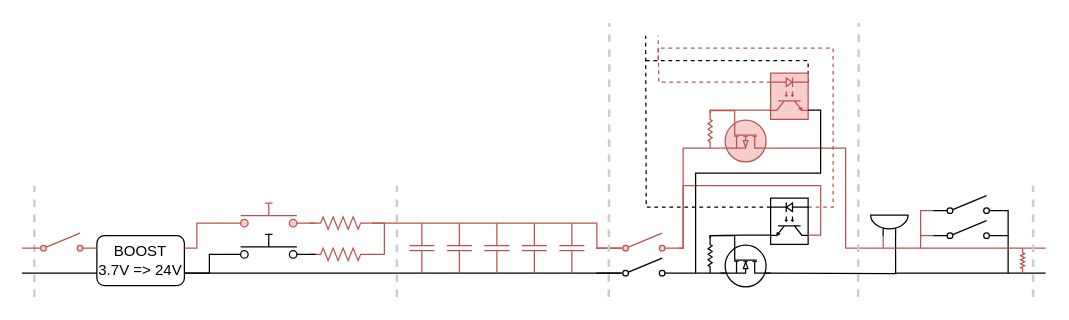
Earlier version of the draw.io diagram ARCHI/SP02_Alumage_sinopsis.drawio (povdoigt/SP-02). Source tidied: cells renumbered, new cells numbered last; positions are measured from the earlier drawing's top-left corner, leaving out a move shared by most shapes. Both pictures are drawn from the tidied source at 125%, with x=0, y=0 at pixel (21, 22).
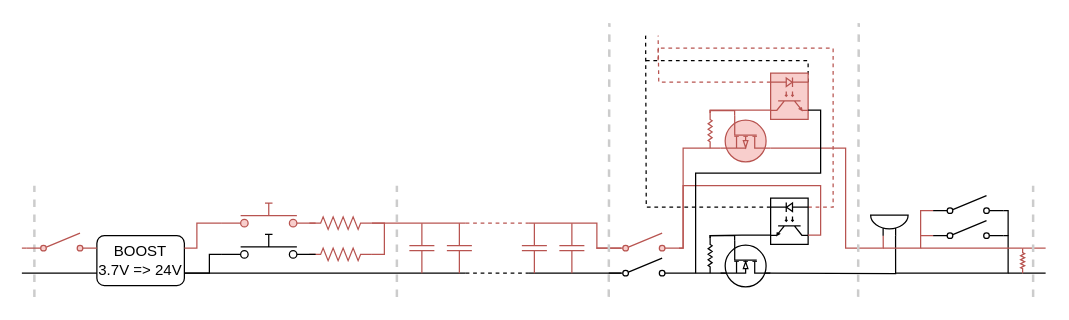
After the change.

Unchanged cells that the change refers to:
```xml
<mxCell id="2" value="BOOST&lt;br&gt;3.7V =&amp;gt; 24V" style="rounded=1;whiteSpace=wrap;html=1;" parent="1" vertex="1">
  <mxGeometry x="60" y="170" width="70" height="40" as="geometry" />
</mxCell>
<mxCell id="6" style="verticalLabelPosition=bottom;shadow=0;dashed=0;align=center;html=1;verticalAlign=top;shape=mxgraph.electrical.resistors.resistor_2;fillColor=#f8cecc;strokeColor=#b85450;" parent="1" vertex="1">
  <mxGeometry x="230" y="155" width="50" height="10" as="geometry" />
</mxCell>
```

What changed in the source:
```diff
@@
-    <mxCell id="11" style="edgeStyle=orthogonalEdgeStyle;rounded=0;jettySize=auto;html=1;exitX=0;exitY=0.25;exitDx=0;exitDy=0;endArrow=none;endFill=0;fillColor=#f8cecc;strokeColor=#b85450;entryX=1;entryY=0.5;entryDx=0;entryDy=0;entryPerimeter=0;" parent="1" edge="1" target="6">
+    <mxCell id="11" style="edgeStyle=orthogonalEdgeStyle;rounded=0;orthogonalLoop=1;jettySize=auto;html=1;exitX=0;exitY=0.25;exitDx=0;exitDy=0;endArrow=none;endFill=0;fillColor=#f8cecc;strokeColor=#b85450;" parent="1" edge="1">
       <mxGeometry relative="1" as="geometry">
         <mxPoint x="470.5" y="180" as="sourcePoint" />
+        <mxPoint x="405" y="160" as="targetPoint" />
         <Array as="points">
           <mxPoint x="460" y="180" />
           <mxPoint x="460" y="160" />
         </Array>
       </mxGeometry>
     </mxCell>
     <mxCell id="12" style="edgeStyle=orthogonalEdgeStyle;rounded=0;jettySize=auto;html=1;endArrow=none;endFill=0;entryX=1;entryY=0.75;entryDx=0;entryDy=0;" parent="1" edge="1" target="2">
       <mxGeometry relative="1" as="geometry">
-        <mxPoint x="470.5" y="200" as="sourcePoint" />
+        <mxPoint x="355" y="200" as="sourcePoint" />
         <Array as="points">
-          <mxPoint x="380" y="200" />
-          <mxPoint x="380" y="200" />
+          <mxPoint x="345" y="200" />
+          <mxPoint x="345" y="200" />
         </Array>
       </mxGeometry>
     </mxCell>
@@
-    <mxCell id="14" style="edgeStyle=orthogonalEdgeStyle;rounded=0;orthogonalLoop=1;jettySize=auto;html=1;endArrow=none;endFill=0;fillColor=#f8cecc;strokeColor=#000000;exitX=1;exitY=0.75;exitDx=0;exitDy=0;" parent="1" edge="1">
+    <mxCell id="14" style="edgeStyle=orthogonalEdgeStyle;rounded=0;orthogonalLoop=1;jettySize=auto;html=1;endArrow=none;endFill=0;fillColor=#f8cecc;strokeColor=#000000;" parent="1" edge="1">
       <mxGeometry relative="1" as="geometry">
-        <mxPoint x="459.5" y="200" as="sourcePoint" />
+        <mxPoint x="405" y="200" as="sourcePoint" />
         <mxPoint x="479.5" y="200" as="targetPoint" />
       </mxGeometry>
     </mxCell>
@@
-    <mxCell id="25" style="verticalLabelPosition=bottom;shadow=0;dashed=0;align=center;html=1;verticalAlign=top;shape=mxgraph.electrical.capacitors.capacitor_1;direction=south;fillColor=#f8cecc;strokeColor=#b85450;" parent="1" vertex="1">
-      <mxGeometry x="370" y="160" width="20" height="40" as="geometry" />
-    </mxCell>
-    <mxCell id="26" style="verticalLabelPosition=bottom;shadow=0;dashed=0;align=center;html=1;verticalAlign=top;shape=mxgraph.electrical.capacitors.capacitor_1;direction=south;fillColor=#f8cecc;strokeColor=#b85450;" parent="1" vertex="1">
+    <mxCell id="26" style="verticalLabelPosition=bottom;shadow=0;align=center;html=1;verticalAlign=top;shape=mxgraph.electrical.capacitors.capacitor_1;direction=south;fillColor=#f8cecc;strokeColor=#b85450;" parent="1" vertex="1">
       <mxGeometry x="400" y="160" width="20" height="40" as="geometry" />
     </mxCell>
@@
+    <mxCell id="61" style="edgeStyle=orthogonalEdgeStyle;rounded=0;jettySize=auto;html=1;exitX=1;exitY=0.5;exitDx=0;exitDy=0;exitPerimeter=0;fillColor=#f8cecc;strokeColor=#b85450;endArrow=none;endFill=0;" parent="1" edge="1" source="6">
+      <mxGeometry relative="1" as="geometry">
+        <mxPoint x="355" y="160" as="targetPoint" />
+        <Array as="points">
+          <mxPoint x="335" y="160" />
+          <mxPoint x="335" y="160" />
+        </Array>
+      </mxGeometry>
+    </mxCell>
+    <mxCell id="62" style="endArrow=none;html=1;rounded=0;fillColor=#f8cecc;strokeColor=#b85450;dashed=1;" parent="1" edge="1">
+      <mxGeometry relative="1" as="geometry">
+        <mxPoint x="355" y="160" as="sourcePoint" />
+        <mxPoint x="405" y="160" as="targetPoint" />
+        <Array as="points">
+          <mxPoint x="395" y="160" />
+        </Array>
+      </mxGeometry>
+    </mxCell>
+    <mxCell id="63" style="endArrow=none;html=1;rounded=0;fillColor=#f8cecc;strokeColor=#000000;dashed=1;" parent="1" edge="1">
+      <mxGeometry relative="1" as="geometry">
+        <mxPoint x="355" y="200" as="sourcePoint" />
+        <mxPoint x="405" y="200" as="targetPoint" />
+        <Array as="points">
+          <mxPoint x="395" y="200" />
+        </Array>
+      </mxGeometry>
+    </mxCell>
```
